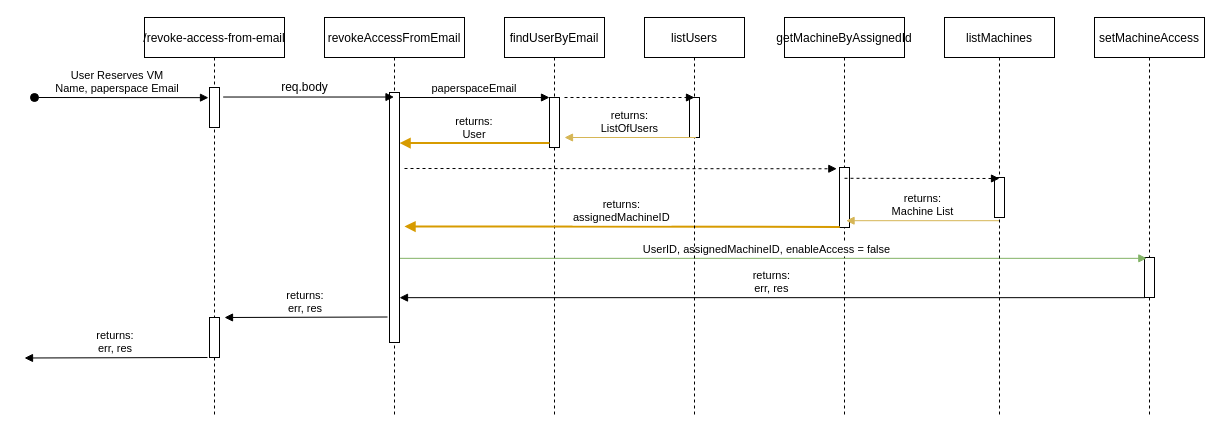
jayjayb772/IRL-Paperspace-automation keeps this draw.io diagram as Back-end/designDocs/RevokeAccessFlow.drawio. Above is the earlier version. Source tidied: cells renumbered, new cells numbered last; positions are measured from the earlier drawing's top-left corner, leaving out a move shared by most shapes. Both pictures are drawn from the tidied source at 100%, with x=0, y=0 at pixel (24, 17).
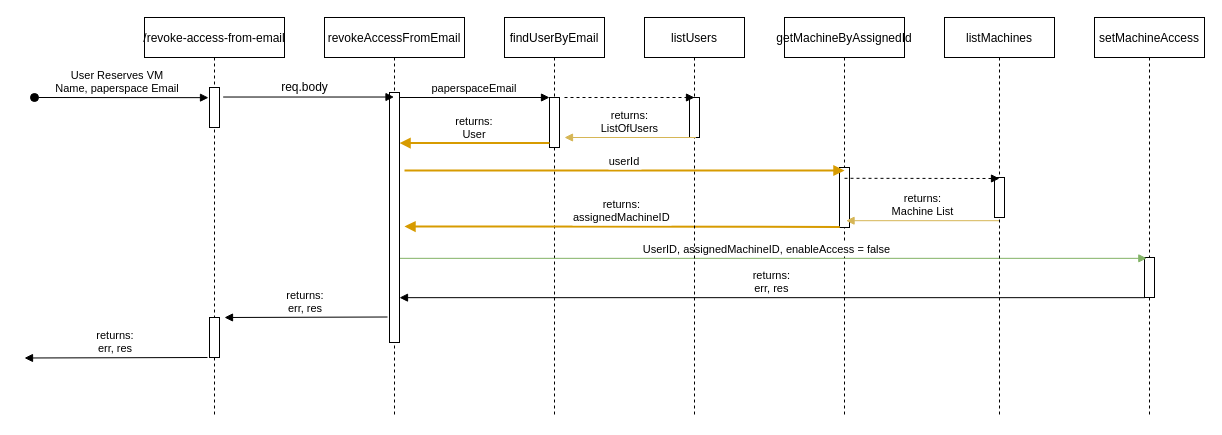
Above is the later version.

The change refers to these unchanged cells:
```xml
<mxCell id="11" style="points=[];perimeter=orthogonalPerimeter;rounded=0;shadow=0;strokeWidth=1;" parent="10" vertex="1">
  <mxGeometry x="55" y="150" width="10" height="60" as="geometry" />
</mxCell>
```

Diff of the diagram source:
```diff
@@
-    <mxCell id="12" style="verticalAlign=bottom;endArrow=block;shadow=0;strokeWidth=1;dashed=1;entryX=-0.267;entryY=0.021;entryDx=0;entryDy=0;entryPerimeter=0;" parent="1" edge="1" target="11">
-      <mxGeometry relative="1" as="geometry">
-        <mxPoint x="380" y="151" as="sourcePoint" />
-      </mxGeometry>
-    </mxCell>
@@
+    <mxCell id="32" value="userId" style="verticalAlign=bottom;endArrow=block;shadow=0;strokeWidth=2;fillColor=#ffe6cc;strokeColor=#d79b00;" parent="1" edge="1">
+      <mxGeometry relative="1" as="geometry">
+        <mxPoint x="380" y="153" as="sourcePoint" />
+        <mxPoint x="820" y="153" as="targetPoint" />
+      </mxGeometry>
+    </mxCell>
```
